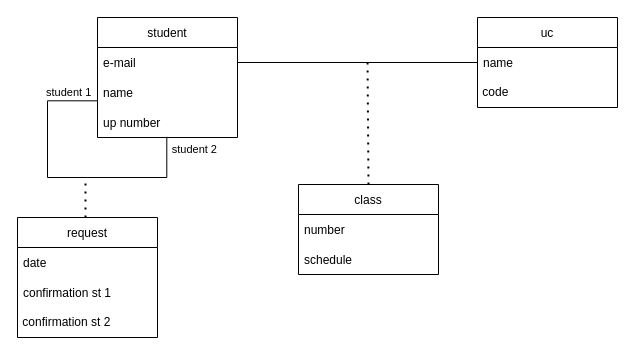
Earlier version of the draw.io diagram lib/week 2/uml.drawio (luisaraujo25/Swapping). Source tidied: cells renumbered, new cells numbered last; positions are measured from the earlier drawing's top-left corner, leaving out a move shared by most shapes. Both pictures are drawn from the tidied source at 100%, with x=0, y=0 at pixel (17, 17).
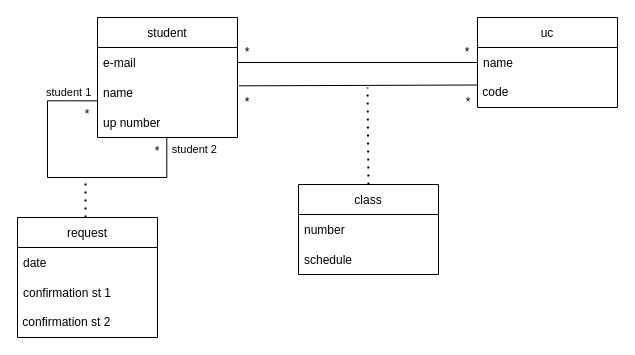
Above is the later version.

The change refers to these unchanged cells:
```xml
<mxCell id="4" value="name" style="text;strokeColor=none;fillColor=none;align=left;verticalAlign=middle;spacingLeft=4;spacingRight=4;overflow=hidden;points=[[0,0.5],[1,0.5]];portConstraint=eastwest;" parent="2" vertex="1">
  <mxGeometry y="60" width="140" height="30" as="geometry" />
</mxCell>
<mxCell id="11" value="&amp;nbsp;code" style="text;html=1;strokeColor=none;fillColor=none;align=left;verticalAlign=middle;whiteSpace=wrap;rounded=0;" parent="9" vertex="1">
  <mxGeometry y="60" width="140" height="30" as="geometry" />
</mxCell>
<mxCell id="12" value="class" style="swimlane;fontStyle=0;horizontal=1;startSize=30;" parent="1" vertex="1">
  <mxGeometry x="281" y="167" width="140" height="90" as="geometry" />
</mxCell>
```

Change to the diagram source:
```diff
@@
     <mxCell id="16" style="endArrow=none;dashed=1;html=1;dashPattern=1 3;strokeWidth=2;rounded=0;exitX=0.5;exitY=0;exitDx=0;exitDy=0;" parent="1" edge="1" source="12">
       <mxGeometry relative="1" as="geometry">
-        <mxPoint x="350" y="40" as="targetPoint" />
+        <mxPoint x="350" y="70" as="targetPoint" />
       </mxGeometry>
     </mxCell>
@@
+    <mxCell id="22" value="*" style="text;html=1;strokeColor=none;fillColor=none;align=center;verticalAlign=middle;whiteSpace=wrap;rounded=0;" parent="1" vertex="1">
+      <mxGeometry x="200" y="20" width="60" height="30" as="geometry" />
+    </mxCell>
+    <mxCell id="23" value="*" style="text;html=1;strokeColor=none;fillColor=none;align=center;verticalAlign=middle;whiteSpace=wrap;rounded=0;" parent="1" vertex="1">
+      <mxGeometry x="440" y="20" width="20" height="30" as="geometry" />
+    </mxCell>
+    <mxCell id="24" value="*" style="text;html=1;strokeColor=none;fillColor=none;align=center;verticalAlign=middle;whiteSpace=wrap;rounded=0;" parent="1" vertex="1">
+      <mxGeometry x="200" y="70" width="60" height="30" as="geometry" />
+    </mxCell>
+    <mxCell id="25" value="*" style="text;html=1;strokeColor=none;fillColor=none;align=center;verticalAlign=middle;whiteSpace=wrap;rounded=0;" parent="1" vertex="1">
+      <mxGeometry x="421" y="70" width="60" height="30" as="geometry" />
+    </mxCell>
+    <mxCell id="26" value="*" style="text;html=1;strokeColor=none;fillColor=none;align=center;verticalAlign=middle;whiteSpace=wrap;rounded=0;" parent="1" vertex="1">
+      <mxGeometry x="40" y="82" width="60" height="30" as="geometry" />
+    </mxCell>
+    <mxCell id="27" value="*" style="text;html=1;strokeColor=none;fillColor=none;align=center;verticalAlign=middle;whiteSpace=wrap;rounded=0;" parent="1" vertex="1">
+      <mxGeometry x="110" y="119" width="60" height="30" as="geometry" />
+    </mxCell>
+    <mxCell id="28" style="endArrow=none;html=1;rounded=0;entryX=1.01;entryY=0.278;entryDx=0;entryDy=0;entryPerimeter=0;exitX=0;exitY=0.25;exitDx=0;exitDy=0;" parent="1" edge="1" source="11" target="4">
+      <mxGeometry relative="1" as="geometry" />
+    </mxCell>
```
